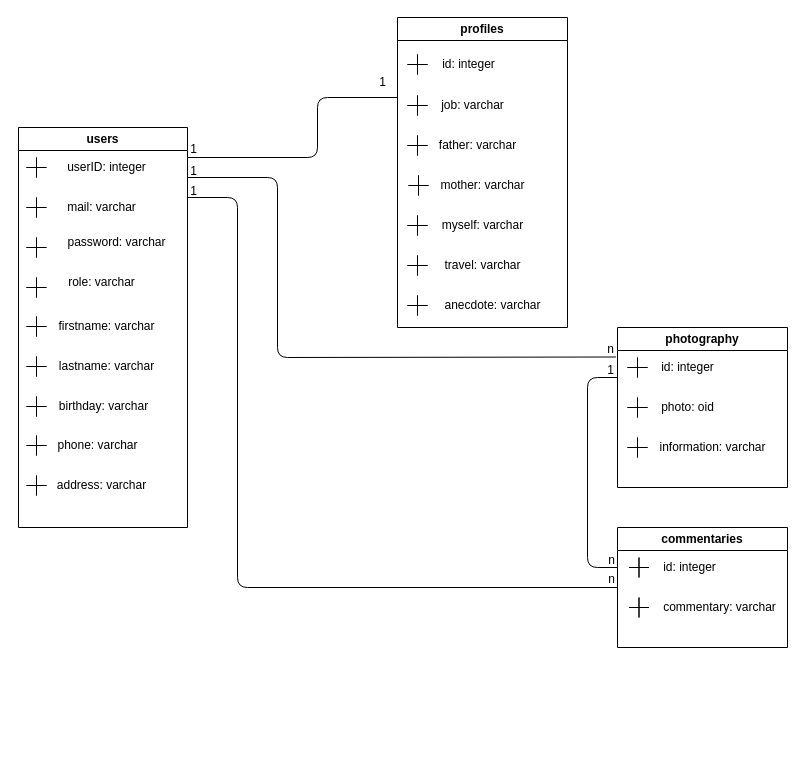
sandrine-proenca/Voyager_dans_le_temps keeps this draw.io diagram as test.drawio/tables.drawio. Above is the earlier version. Source tidied: cells renumbered, new cells numbered last; positions are measured from the earlier drawing's top-left corner, leaving out a move shared by most shapes. Both pictures are drawn from the tidied source at 100%, with x=0, y=0 at pixel (18, 17).
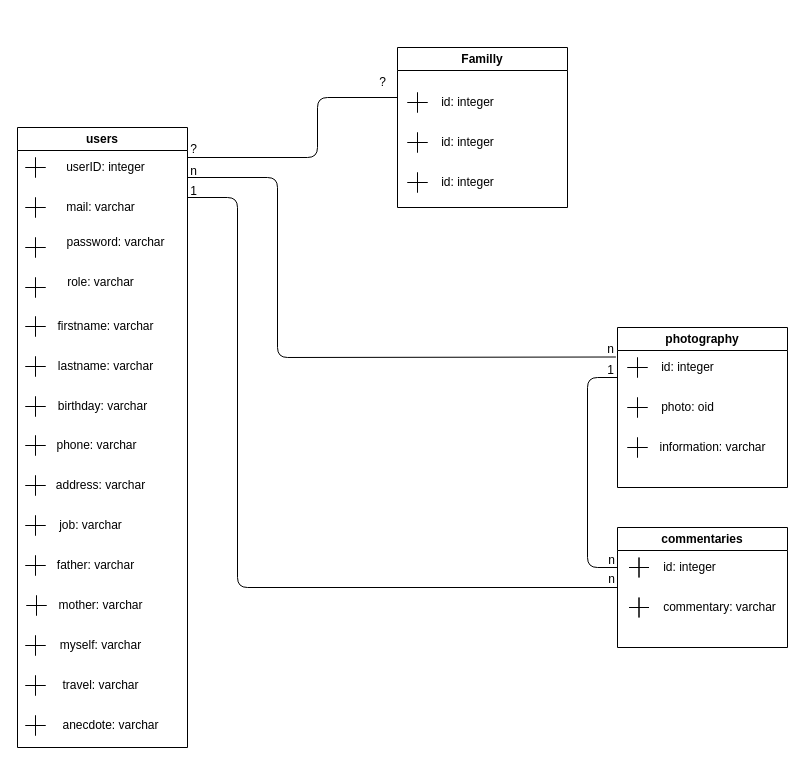
After the change.

What changed in the source:
```diff
@@
     <mxCell id="2" value="users" style="swimlane;whiteSpace=wrap;html=1;" parent="1" vertex="1">
-      <mxGeometry y="110" width="169" height="400" as="geometry" />
+      <mxGeometry x="-1" y="110" width="170" height="620" as="geometry" />
     </mxCell>
@@
-    <mxCell id="21" value="profiles" style="swimlane;whiteSpace=wrap;html=1;" parent="1" vertex="1">
-      <mxGeometry x="379" width="170" height="310" as="geometry" />
-    </mxCell>
-    <mxCell id="22" style="shape=cross;whiteSpace=wrap;html=1;size=0;" parent="21" vertex="1">
-      <mxGeometry x="10" y="37" width="20" height="20" as="geometry" />
-    </mxCell>
-    <mxCell id="23" value="id: integer" style="text;html=1;align=center;verticalAlign=middle;strokeColor=none;fillColor=none;" parent="21" vertex="1">
-      <mxGeometry x="31" y="32" width="80" height="30" as="geometry" />
-    </mxCell>
-    <mxCell id="24" style="shape=cross;whiteSpace=wrap;html=1;size=0;" parent="21" vertex="1">
-      <mxGeometry x="10" y="78" width="20" height="20" as="geometry" />
+    <mxCell id="24" style="shape=cross;whiteSpace=wrap;html=1;size=0;" parent="2" vertex="1">
+      <mxGeometry x="8" y="388" width="20" height="20" as="geometry" />
     </mxCell>
-    <mxCell id="25" style="shape=cross;whiteSpace=wrap;html=1;size=0;" parent="21" vertex="1">
-      <mxGeometry x="10" y="118" width="20" height="20" as="geometry" />
+    <mxCell id="25" style="shape=cross;whiteSpace=wrap;html=1;size=0;" parent="2" vertex="1">
+      <mxGeometry x="8" y="428" width="20" height="20" as="geometry" />
     </mxCell>
-    <mxCell id="26" value="father: varchar" style="text;html=1;align=center;verticalAlign=middle;strokeColor=none;fillColor=none;" parent="21" vertex="1">
-      <mxGeometry x="30" y="113" width="100" height="30" as="geometry" />
+    <mxCell id="26" value="father: varchar" style="text;html=1;align=center;verticalAlign=middle;strokeColor=none;fillColor=none;" parent="2" vertex="1">
+      <mxGeometry x="28" y="423" width="100" height="30" as="geometry" />
     </mxCell>
-    <mxCell id="27" value="job: varchar" style="text;html=1;align=center;verticalAlign=middle;strokeColor=none;fillColor=none;" parent="21" vertex="1">
-      <mxGeometry x="30" y="73" width="90" height="30" as="geometry" />
+    <mxCell id="27" value="job: varchar" style="text;html=1;align=center;verticalAlign=middle;strokeColor=none;fillColor=none;" parent="2" vertex="1">
+      <mxGeometry x="28" y="383" width="90" height="30" as="geometry" />
     </mxCell>
-    <mxCell id="28" value="myself: varchar" style="text;html=1;align=center;verticalAlign=middle;strokeColor=none;fillColor=none;" parent="21" vertex="1">
-      <mxGeometry x="35" y="193" width="100" height="30" as="geometry" />
+    <mxCell id="28" value="myself: varchar" style="text;html=1;align=center;verticalAlign=middle;strokeColor=none;fillColor=none;" parent="2" vertex="1">
+      <mxGeometry x="33" y="503" width="100" height="30" as="geometry" />
     </mxCell>
-    <mxCell id="29" style="shape=cross;whiteSpace=wrap;html=1;size=0;" parent="21" vertex="1">
-      <mxGeometry x="10" y="198" width="20" height="20" as="geometry" />
+    <mxCell id="29" style="shape=cross;whiteSpace=wrap;html=1;size=0;" parent="2" vertex="1">
+      <mxGeometry x="8" y="508" width="20" height="20" as="geometry" />
     </mxCell>
-    <mxCell id="30" value="travel: varchar" style="text;html=1;align=center;verticalAlign=middle;strokeColor=none;fillColor=none;" parent="21" vertex="1">
-      <mxGeometry x="35" y="233" width="100" height="30" as="geometry" />
+    <mxCell id="30" value="travel: varchar" style="text;html=1;align=center;verticalAlign=middle;strokeColor=none;fillColor=none;" parent="2" vertex="1">
+      <mxGeometry x="33" y="543" width="100" height="30" as="geometry" />
     </mxCell>
-    <mxCell id="31" style="shape=cross;whiteSpace=wrap;html=1;size=0;" parent="21" vertex="1">
-      <mxGeometry x="10" y="238" width="20" height="20" as="geometry" />
+    <mxCell id="31" style="shape=cross;whiteSpace=wrap;html=1;size=0;" parent="2" vertex="1">
+      <mxGeometry x="8" y="548" width="20" height="20" as="geometry" />
     </mxCell>
-    <mxCell id="32" value="anecdote: varchar" style="text;html=1;align=center;verticalAlign=middle;strokeColor=none;fillColor=none;" parent="21" vertex="1">
-      <mxGeometry x="35" y="273" width="120" height="30" as="geometry" />
+    <mxCell id="32" value="anecdote: varchar" style="text;html=1;align=center;verticalAlign=middle;strokeColor=none;fillColor=none;" parent="2" vertex="1">
+      <mxGeometry x="33" y="583" width="120" height="30" as="geometry" />
     </mxCell>
-    <mxCell id="33" style="shape=cross;whiteSpace=wrap;html=1;size=0;" parent="21" vertex="1">
-      <mxGeometry x="10" y="278" width="20" height="20" as="geometry" />
+    <mxCell id="33" style="shape=cross;whiteSpace=wrap;html=1;size=0;" parent="2" vertex="1">
+      <mxGeometry x="8" y="588" width="20" height="20" as="geometry" />
     </mxCell>
-    <mxCell id="34" style="shape=cross;whiteSpace=wrap;html=1;size=0;" parent="21" vertex="1">
-      <mxGeometry x="11" y="158" width="20" height="20" as="geometry" />
+    <mxCell id="34" style="shape=cross;whiteSpace=wrap;html=1;size=0;" parent="2" vertex="1">
+      <mxGeometry x="9" y="468" width="20" height="20" as="geometry" />
     </mxCell>
-    <mxCell id="35" value="mother: varchar" style="text;html=1;align=center;verticalAlign=middle;strokeColor=none;fillColor=none;" parent="21" vertex="1">
-      <mxGeometry x="30" y="153" width="110" height="30" as="geometry" />
+    <mxCell id="35" value="mother: varchar" style="text;html=1;align=center;verticalAlign=middle;strokeColor=none;fillColor=none;" parent="2" vertex="1">
+      <mxGeometry x="28" y="463" width="110" height="30" as="geometry" />
     </mxCell>
+    <mxCell id="21" value="Familly" style="swimlane;whiteSpace=wrap;html=1;" parent="1" vertex="1">
+      <mxGeometry x="379" y="30" width="170" height="160" as="geometry" />
+    </mxCell>
+    <mxCell id="22" style="shape=cross;whiteSpace=wrap;html=1;size=0;" parent="21" vertex="1">
+      <mxGeometry x="10" y="45" width="20" height="20" as="geometry" />
+    </mxCell>
+    <mxCell id="23" value="id: integer" style="text;html=1;align=center;verticalAlign=middle;strokeColor=none;fillColor=none;" parent="21" vertex="1">
+      <mxGeometry x="30" y="40" width="80" height="30" as="geometry" />
+    </mxCell>
+    <mxCell id="60" style="shape=cross;whiteSpace=wrap;html=1;size=0;" parent="21" vertex="1">
+      <mxGeometry x="10" y="125" width="20" height="20" as="geometry" />
+    </mxCell>
+    <mxCell id="61" value="id: integer" style="text;html=1;align=center;verticalAlign=middle;strokeColor=none;fillColor=none;" parent="21" vertex="1">
+      <mxGeometry x="30" y="120" width="80" height="30" as="geometry" />
+    </mxCell>
+    <mxCell id="62" value="id: integer" style="text;html=1;align=center;verticalAlign=middle;strokeColor=none;fillColor=none;" parent="21" vertex="1">
+      <mxGeometry x="30" y="80" width="80" height="30" as="geometry" />
+    </mxCell>
+    <mxCell id="63" style="shape=cross;whiteSpace=wrap;html=1;size=0;" parent="21" vertex="1">
+      <mxGeometry x="10" y="85" width="20" height="20" as="geometry" />
+    </mxCell>
-    <mxCell id="36" value="1" style="text;html=1;align=center;verticalAlign=middle;strokeColor=none;fillColor=none;" parent="1" vertex="1">
+    <mxCell id="36" value="n" style="text;html=1;align=center;verticalAlign=middle;strokeColor=none;fillColor=none;" parent="1" vertex="1">
       <mxGeometry x="160" y="139" width="30" height="30" as="geometry" />
     </mxCell>
@@
-    <mxCell id="55" value="1" style="text;html=1;align=center;verticalAlign=middle;strokeColor=none;fillColor=none;" parent="1" vertex="1">
+    <mxCell id="55" value="?" style="text;html=1;align=center;verticalAlign=middle;strokeColor=none;fillColor=none;" parent="1" vertex="1">
       <mxGeometry x="160" y="117" width="30" height="30" as="geometry" />
     </mxCell>
-    <mxCell id="56" value="1" style="text;html=1;align=center;verticalAlign=middle;strokeColor=none;fillColor=none;" parent="1" vertex="1">
+    <mxCell id="56" value="?" style="text;html=1;align=center;verticalAlign=middle;strokeColor=none;fillColor=none;" parent="1" vertex="1">
       <mxGeometry x="349" y="50" width="30" height="30" as="geometry" />
     </mxCell>
```
